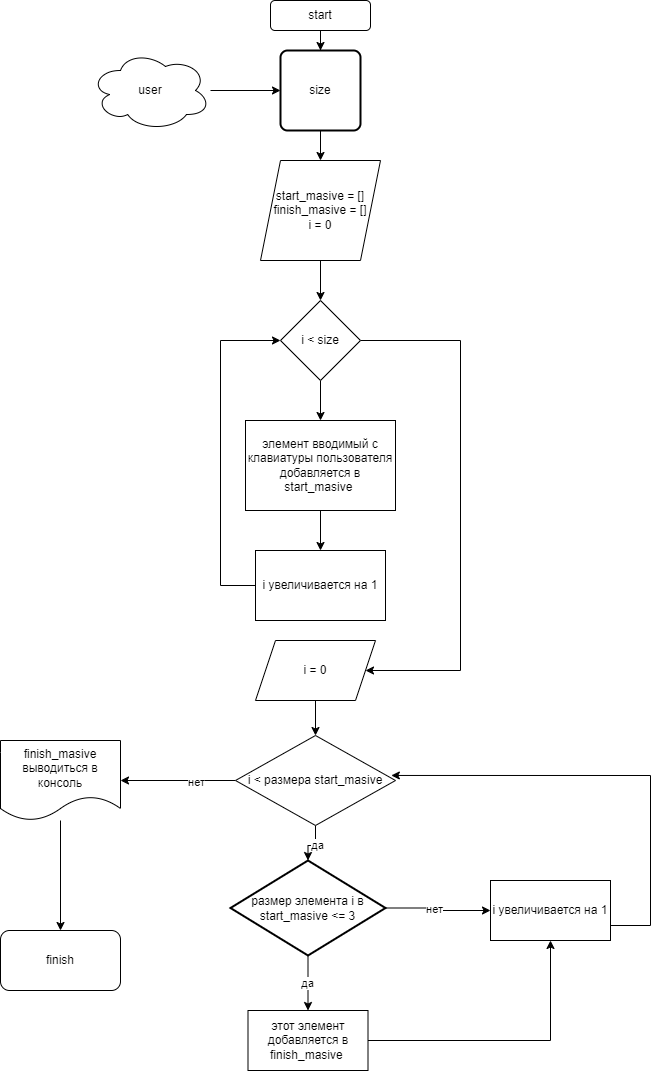
Above: блок-схема.png in usermld/Certification (draw.io), before the change. Source tidied: cells renumbered, new cells last; positions are measured from the earlier drawing's top-left corner, leaving out a move shared by most shapes.
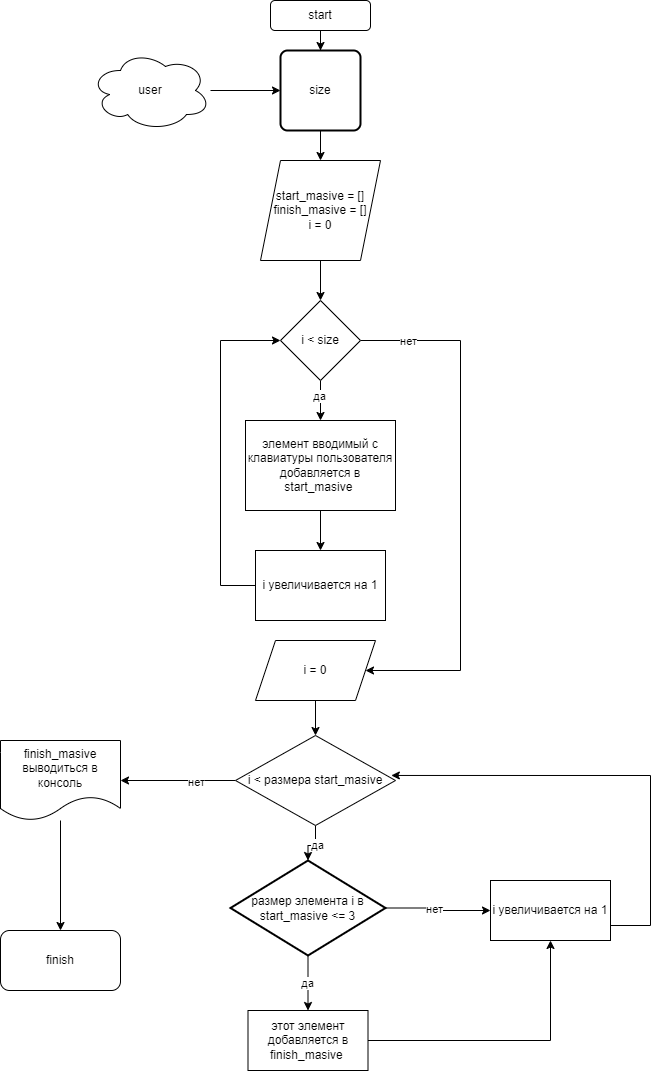
Later version of the same file.

Commit message:
изменил блок-схему

Change to the diagram source:
```diff
@@ -23,6 +23,9 @@
     <mxCell id="8" style="edgeStyle=orthogonalEdgeStyle;rounded=0;jettySize=auto;html=1;" parent="1" edge="1" source="10" target="14">
       <mxGeometry relative="1" as="geometry" />
     </mxCell>
+    <mxCell id="36" value="да" style="edgeLabel;html=1;align=center;verticalAlign=middle;" parent="8" vertex="1">
+      <mxGeometry x="-0.25" y="-2" relative="1" as="geometry" />
+    </mxCell>
     <mxCell id="9" style="edgeStyle=orthogonalEdgeStyle;rounded=0;jettySize=auto;html=1;entryX=1;entryY=0.5;entryDx=0;entryDy=0;" parent="1" edge="1" source="10" target="18">
       <mxGeometry relative="1" as="geometry">
         <Array as="points">
@@ -31,6 +34,9 @@
         </Array>
       </mxGeometry>
     </mxCell>
+    <mxCell id="37" value="нет" style="edgeLabel;html=1;align=center;verticalAlign=middle;" parent="9" vertex="1">
+      <mxGeometry x="-0.82" relative="1" as="geometry" />
+    </mxCell>
     <mxCell id="10" value="i &amp;lt; size" style="rhombus;whiteSpace=wrap;html=1;" parent="1" vertex="1">
       <mxGeometry x="280" y="300" width="80" height="80" as="geometry" />
     </mxCell>
```
